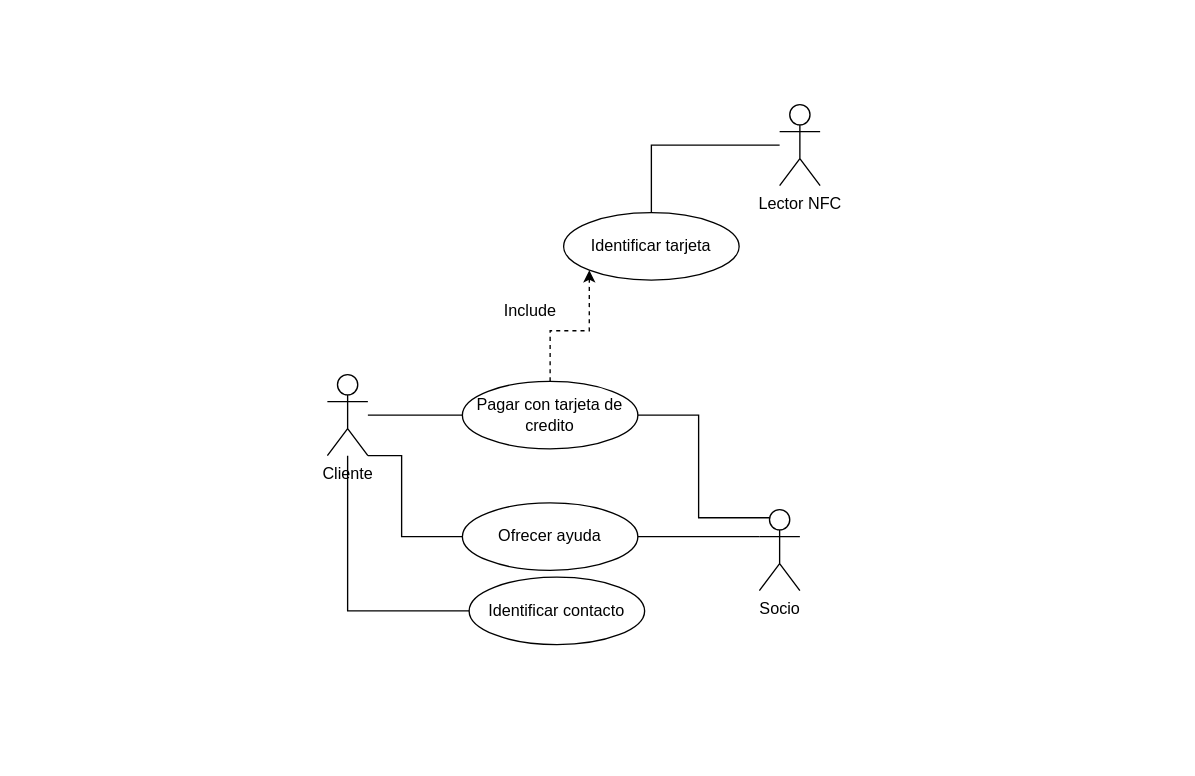
GRMiguelAngel/ETS keeps this draw.io diagram as exm_ets.drawio. Above is the earlier version. Source tidied: cells renumbered, new cells numbered last; positions are measured from the earlier drawing's top-left corner, leaving out a move shared by most shapes. Both pictures are drawn from the tidied source at 135%, with x=0, y=0 at pixel (327, 104).
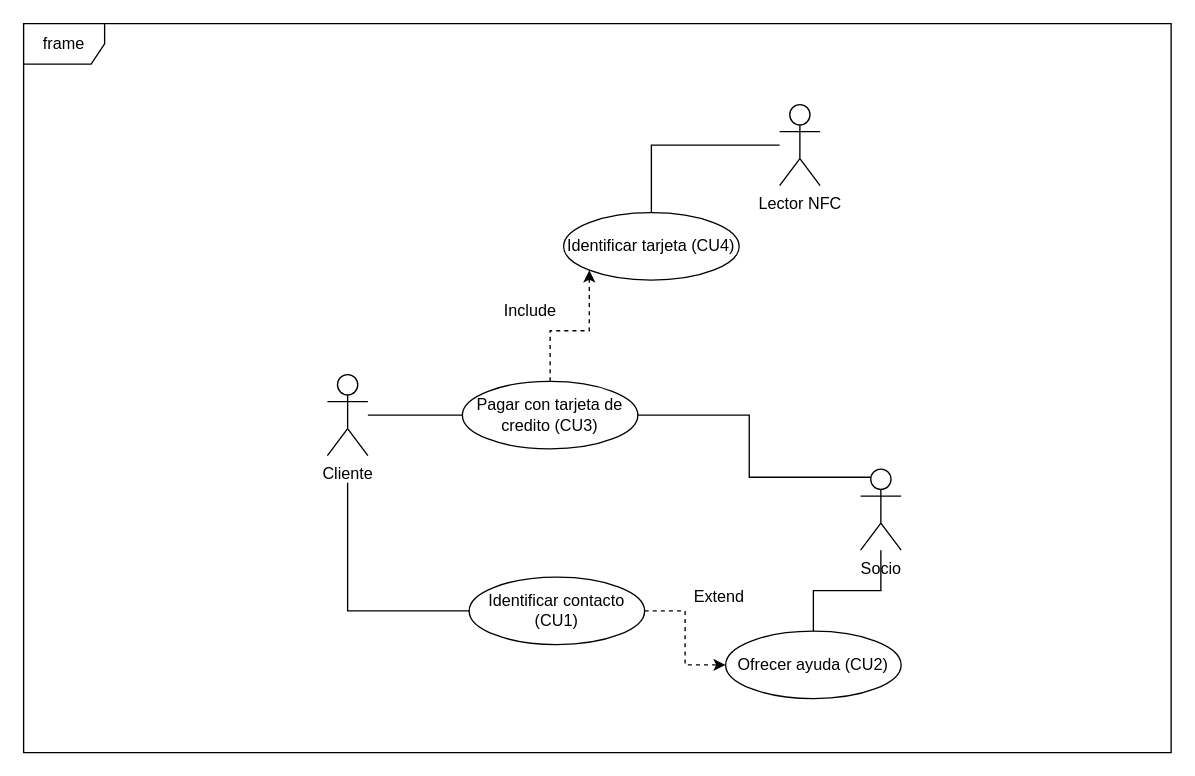
The same page after the edit.

The change refers to these unchanged cells:
```xml
<mxCell id="5" value="Cliente" style="shape=umlActor;verticalLabelPosition=bottom;verticalAlign=top;html=1;outlineConnect=0;" parent="1" vertex="1">
  <mxGeometry y="200" width="30" height="60" as="geometry" />
</mxCell>
```

Diff of the diagram source:
```diff
@@
     <mxCell id="3" value="Socio" style="shape=umlActor;verticalLabelPosition=bottom;verticalAlign=top;html=1;outlineConnect=0;" parent="1" vertex="1">
-      <mxGeometry x="320" y="300" width="30" height="60" as="geometry" />
+      <mxGeometry x="395" y="270" width="30" height="60" as="geometry" />
     </mxCell>
@@
-    <mxCell id="7" value="Pagar con tarjeta de credito" style="ellipse;whiteSpace=wrap;html=1;" parent="1" vertex="1">
+    <mxCell id="7" value="Pagar con tarjeta de credito (CU3)" style="ellipse;whiteSpace=wrap;html=1;" parent="1" vertex="1">
       <mxGeometry x="100" y="205" width="130" height="50" as="geometry" />
     </mxCell>
-    <mxCell id="8" value="Identificar tarjeta" style="ellipse;whiteSpace=wrap;html=1;" parent="1" vertex="1">
+    <mxCell id="8" value="Identificar tarjeta (CU4)" style="ellipse;whiteSpace=wrap;html=1;" parent="1" vertex="1">
       <mxGeometry x="175" y="80" width="130" height="50" as="geometry" />
     </mxCell>
+    <mxCell id="17" style="edgeStyle=orthogonalEdgeStyle;rounded=0;jettySize=auto;html=1;entryX=0;entryY=0.5;entryDx=0;entryDy=0;dashed=1;" parent="1" edge="1" source="9" target="10">
+      <mxGeometry relative="1" as="geometry" />
+    </mxCell>
-    <mxCell id="9" value="Identificar contacto" style="ellipse;whiteSpace=wrap;html=1;" parent="1" vertex="1">
+    <mxCell id="9" value="Identificar contacto (CU1)" style="ellipse;whiteSpace=wrap;html=1;" parent="1" vertex="1">
       <mxGeometry x="105" y="350" width="130" height="50" as="geometry" />
     </mxCell>
-    <mxCell id="10" value="Ofrecer ayuda" style="ellipse;whiteSpace=wrap;html=1;" parent="1" vertex="1">
-      <mxGeometry x="100" y="295" width="130" height="50" as="geometry" />
+    <mxCell id="10" value="Ofrecer ayuda (CU2)" style="ellipse;whiteSpace=wrap;html=1;" parent="1" vertex="1">
+      <mxGeometry x="295" y="390" width="130" height="50" as="geometry" />
     </mxCell>
-    <mxCell id="11" style="edgeStyle=orthogonalEdgeStyle;rounded=0;jettySize=auto;html=1;entryX=0;entryY=0.3333333333333333;entryDx=0;entryDy=0;entryPerimeter=0;endArrow=none;endFill=0;" parent="1" edge="1" source="10" target="3">
+    <mxCell id="11" style="edgeStyle=orthogonalEdgeStyle;rounded=0;jettySize=auto;html=1;endArrow=none;endFill=0;" parent="1" edge="1" source="10" target="3">
       <mxGeometry relative="1" as="geometry" />
     </mxCell>
-    <mxCell id="12" style="edgeStyle=orthogonalEdgeStyle;rounded=0;jettySize=auto;html=1;endArrow=none;endFill=0;exitX=0;exitY=0.5;exitDx=0;exitDy=0;" parent="1" edge="1" source="9" target="5">
+    <mxCell id="12" style="edgeStyle=orthogonalEdgeStyle;rounded=0;jettySize=auto;html=1;endArrow=none;endFill=0;exitX=0;exitY=0.5;exitDx=0;exitDy=0;" parent="1" edge="1" source="9">
       <mxGeometry relative="1" as="geometry">
+        <mxPoint x="15" y="280" as="targetPoint" />
         <Array as="points">
           <mxPoint x="15" y="375" />
         </Array>
       </mxGeometry>
     </mxCell>
@@
-    <mxCell id="14" style="edgeStyle=orthogonalEdgeStyle;rounded=0;jettySize=auto;html=1;entryX=1;entryY=1;entryDx=0;entryDy=0;entryPerimeter=0;endArrow=none;endFill=0;" parent="1" edge="1" source="10" target="5">
-      <mxGeometry relative="1" as="geometry">
-        <Array as="points">
-          <mxPoint x="55" y="320" />
-          <mxPoint x="55" y="260" />
-        </Array>
-      </mxGeometry>
-    </mxCell>
@@
+    <mxCell id="18" value="frame" style="shape=umlFrame;whiteSpace=wrap;html=1;" parent="1" vertex="1">
+      <mxGeometry x="-225" y="-60" width="850" height="540" as="geometry" />
+    </mxCell>
+    <mxCell id="19" value="Extend" style="text;html=1;align=center;verticalAlign=middle;strokeColor=none;fillColor=none;" parent="1" vertex="1">
+      <mxGeometry x="260" y="350" width="60" height="30" as="geometry" />
+    </mxCell>
```
